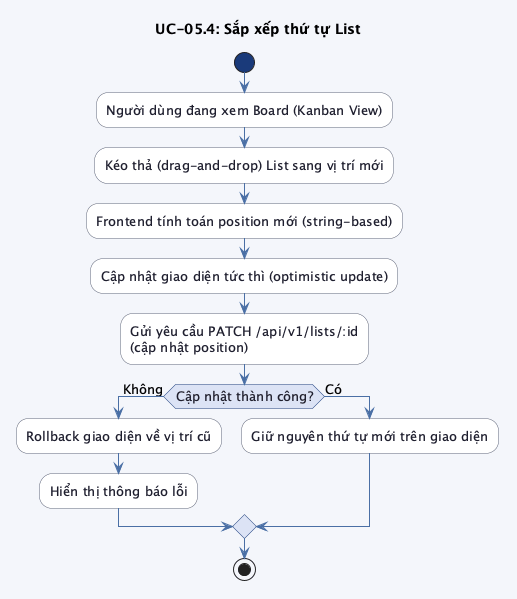
Before: src/images/chap3/activity_uc05_4.png, a diagram exported from PlantUML (trongnhan34vn/trello-report).
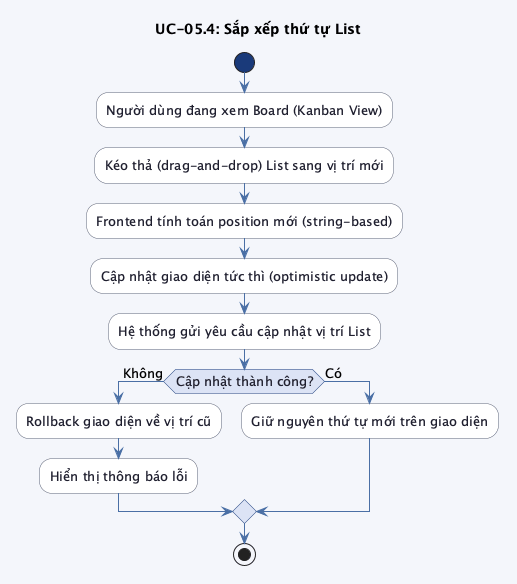
Later version of the same file.

Diff of the diagram source:
```diff
@@ -23,7 +23,7 @@
 :Kéo thả (drag-and-drop) List sang vị trí mới;
 :Frontend tính toán position mới (string-based);
 :Cập nhật giao diện tức thì (optimistic update);
-:Gửi yêu cầu PATCH /api/v1/lists/:id\n(cập nhật position);
+:Hệ thống gửi yêu cầu cập nhật vị trí List;
 
 if (Cập nhật thành công?) then (Không)
     :Rollback giao diện về vị trí cũ;
```
